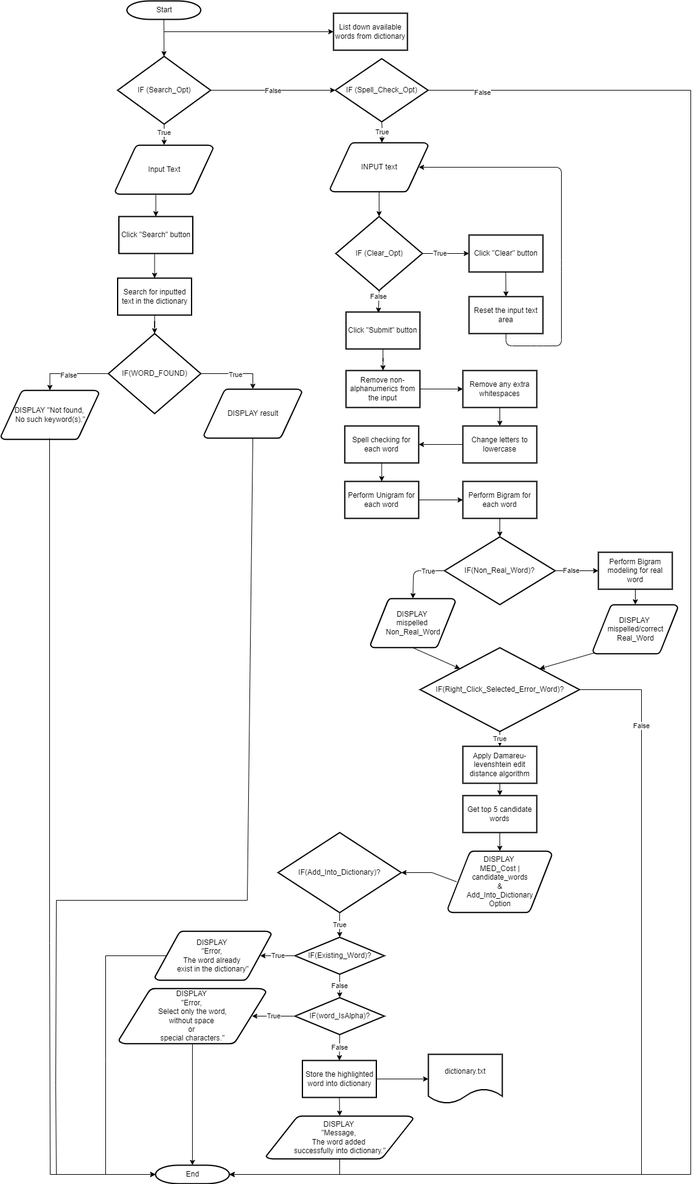
Before: flowchart.drawio.png, a diagram exported from draw.io (itsMaadh/spell-corrector). Source tidied: cells renumbered, new cells last; positions are measured from the earlier drawing's top-left corner, leaving out a move shared by most shapes.
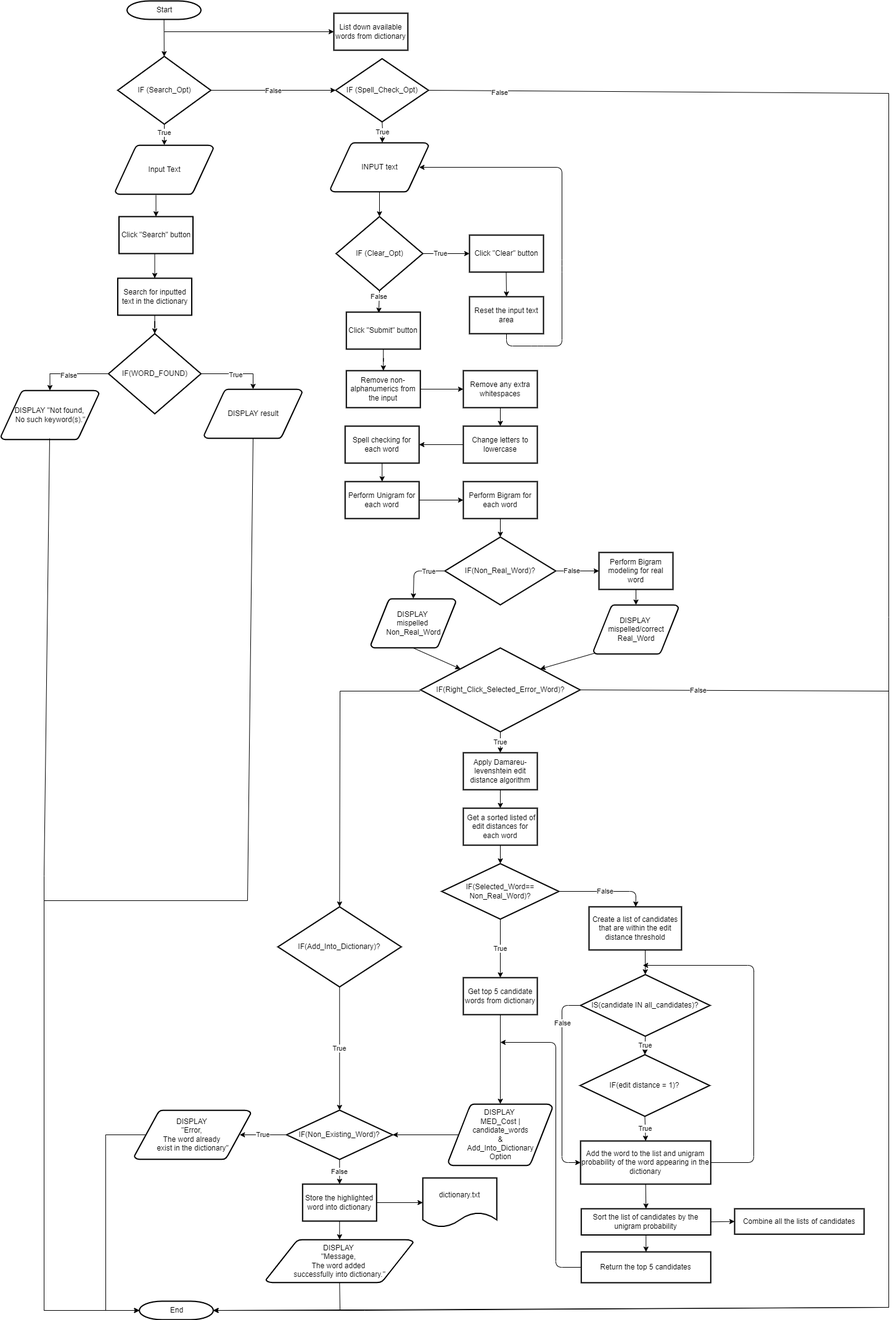
After the commit.

The edit, as a diff of the source:
```diff
@@ -234,101 +234,79 @@
       <mxGeometry relative="1" as="geometry" />
     </mxCell>
     <mxCell id="63" value="DISPLAY&amp;nbsp;&lt;br&gt;MED_Cost |&lt;br&gt;candidate_words&lt;br&gt;&amp;amp;&lt;br&gt;Add_Into_Dictionary&lt;br&gt;Option" style="shape=mxgraph.flowchart.data;strokeWidth=2;gradientColor=none;gradientDirection=north;fontStyle=0;html=1;" parent="1" vertex="1">
-      <mxGeometry x="725.5" y="1380" width="168.9" height="100" as="geometry" />
+      <mxGeometry x="725.6" y="1790" width="168.9" height="100" as="geometry" />
     </mxCell>
     <mxCell id="64" value="Apply Damareu-levenshtein edit distance algorithm" style="rounded=0;whiteSpace=wrap;html=1;strokeWidth=2;" parent="1" vertex="1">
-      <mxGeometry x="750" y="1210" width="120" height="60" as="geometry" />
+      <mxGeometry x="750" y="1220" width="120" height="60" as="geometry" />
     </mxCell>
     <mxCell id="65" value="&lt;span style=&quot;font-weight: normal;&quot;&gt;True&lt;/span&gt;" style="fontStyle=1;strokeColor=#000000;strokeWidth=1;html=1;exitX=0.5;exitY=1;exitDx=0;exitDy=0;entryX=0.5;entryY=0;entryDx=0;entryDy=0;" parent="1" edge="1" source="60" target="64">
       <mxGeometry relative="1" as="geometry" />
     </mxCell>
-    <mxCell id="66" value="Get top 5 candidate words" style="rounded=0;whiteSpace=wrap;html=1;strokeWidth=2;" parent="1" vertex="1">
-      <mxGeometry x="750" y="1290" width="120" height="60" as="geometry" />
+    <mxCell id="66" value="Get top 5 candidate words from&amp;nbsp;dictionary" style="rounded=0;whiteSpace=wrap;html=1;strokeWidth=2;" parent="1" vertex="1">
+      <mxGeometry x="750" y="1585" width="120" height="60" as="geometry" />
     </mxCell>
-    <mxCell id="67" style="fontStyle=1;strokeColor=#000000;strokeWidth=1;html=1;exitX=0.5;exitY=1;exitDx=0;exitDy=0;" parent="1" edge="1" source="64" target="66">
+    <mxCell id="67" style="fontStyle=1;strokeColor=#000000;strokeWidth=1;html=1;exitX=0.5;exitY=1;exitDx=0;exitDy=0;entryX=0.5;entryY=0;entryDx=0;entryDy=0;" parent="1" edge="1" source="64" target="95">
       <mxGeometry relative="1" as="geometry" />
     </mxCell>
     <mxCell id="68" style="fontStyle=1;strokeColor=#000000;strokeWidth=1;html=1;exitX=0.5;exitY=1;exitDx=0;exitDy=0;" parent="1" edge="1" source="66" target="63">
       <mxGeometry relative="1" as="geometry" />
     </mxCell>
     <mxCell id="69" value="IF(Add_Into_Dictionary)?" style="rhombus;whiteSpace=wrap;html=1;strokeWidth=2;" parent="1" vertex="1">
-      <mxGeometry x="450" y="1350" width="200" height="130" as="geometry" />
+      <mxGeometry x="449.3" y="1470" width="200" height="130" as="geometry" />
     </mxCell>
-    <mxCell id="70" style="endArrow=classic;html=1;rounded=0;strokeColor=#000000;entryX=1;entryY=0.5;entryDx=0;entryDy=0;" parent="1" edge="1" target="69">
+    <mxCell id="70" style="endArrow=classic;html=1;rounded=0;strokeColor=#000000;entryX=0.5;entryY=0;entryDx=0;entryDy=0;" parent="1" edge="1" target="69">
       <mxGeometry relative="1" as="geometry">
-        <mxPoint x="740" y="1430" as="sourcePoint" />
+        <mxPoint x="680" y="1120" as="sourcePoint" />
         <Array as="points">
-          <mxPoint x="700" y="1415" />
+          <mxPoint x="550" y="1120" />
         </Array>
       </mxGeometry>
     </mxCell>
-    <mxCell id="71" value="True" style="endArrow=classic;html=1;rounded=0;strokeColor=#000000;exitX=0.5;exitY=1;exitDx=0;exitDy=0;" parent="1" edge="1" source="69">
-      <mxGeometry relative="1" as="geometry">
-        <mxPoint x="550" y="1520" as="targetPoint" />
-      </mxGeometry>
+    <mxCell id="71" value="True" style="endArrow=classic;html=1;rounded=0;strokeColor=#000000;exitX=0.5;exitY=1;exitDx=0;exitDy=0;entryX=0.5;entryY=0;entryDx=0;entryDy=0;" parent="1" edge="1" source="69" target="75">
+      <mxGeometry relative="1" as="geometry" />
     </mxCell>
-    <mxCell id="72" value="DISPLAY&amp;nbsp;&lt;br&gt;&quot;Error, &lt;br&gt;Select only the word,&lt;br&gt;without space &lt;br&gt;or &lt;br&gt;special characters.&quot;" style="shape=mxgraph.flowchart.data;strokeWidth=2;gradientColor=none;gradientDirection=north;fontStyle=0;html=1;" parent="1" vertex="1">
-      <mxGeometry x="191.5" y="1603" width="238.9" height="90" as="geometry" />
-    </mxCell>
     <mxCell id="73" style="edgeStyle=orthogonalEdgeStyle;rounded=0;jettySize=auto;html=1;exitX=1;exitY=0.5;exitDx=0;exitDy=0;entryX=0;entryY=0.5;entryDx=0;entryDy=0;strokeColor=#000000;" parent="1" edge="1" source="74" target="82">
       <mxGeometry relative="1" as="geometry" />
     </mxCell>
     <mxCell id="74" value="Store the highlighted word into dictionary" style="rounded=0;whiteSpace=wrap;html=1;strokeWidth=2;" parent="1" vertex="1">
-      <mxGeometry x="489.5" y="1720" width="120" height="60" as="geometry" />
+      <mxGeometry x="489.3" y="1920" width="120" height="60" as="geometry" />
     </mxCell>
-    <mxCell id="75" value="IF(Existing_Word)?" style="rhombus;whiteSpace=wrap;html=1;strokeWidth=2;" parent="1" vertex="1">
-      <mxGeometry x="477.5" y="1520" width="145" height="60" as="geometry" />
+    <mxCell id="75" value="IF(Non_Existing_Word)?" style="rhombus;whiteSpace=wrap;html=1;strokeWidth=2;" parent="1" vertex="1">
+      <mxGeometry x="463.3" y="1800" width="172" height="80" as="geometry" />
     </mxCell>
     <mxCell id="76" value="DISPLAY&amp;nbsp;&lt;br&gt;&quot;Error, &lt;br&gt;The word already &lt;br&gt;exist in the dictionary&quot;" style="shape=mxgraph.flowchart.data;strokeWidth=2;gradientColor=none;gradientDirection=north;fontStyle=0;html=1;" parent="1" vertex="1">
-      <mxGeometry x="250" y="1510" width="188.9" height="80" as="geometry" />
+      <mxGeometry x="216.4" y="1800" width="188.9" height="80" as="geometry" />
     </mxCell>
     <mxCell id="77" value="True" style="endArrow=classic;html=1;rounded=0;strokeColor=#000000;entryX=0.905;entryY=0.5;entryDx=0;entryDy=0;exitX=0;exitY=0.5;exitDx=0;exitDy=0;entryPerimeter=0;" parent="1" edge="1" source="75" target="76">
-      <mxGeometry relative="1" as="geometry">
-        <Array as="points">
-          <mxPoint x="450" y="1550" />
-        </Array>
-      </mxGeometry>
+      <mxGeometry relative="1" as="geometry" />
     </mxCell>
-    <mxCell id="78" value="IF(word_IsAlpha)?" style="rhombus;whiteSpace=wrap;html=1;strokeWidth=2;" parent="1" vertex="1">
-      <mxGeometry x="477.5" y="1618" width="145" height="60" as="geometry" />
-    </mxCell>
-    <mxCell id="79" value="False" style="endArrow=classic;html=1;rounded=0;strokeColor=#000000;exitX=0.5;exitY=1;exitDx=0;exitDy=0;" parent="1" edge="1" source="75" target="78">
+    <mxCell id="79" value="False" style="endArrow=classic;html=1;rounded=0;strokeColor=#000000;exitX=0.5;exitY=1;exitDx=0;exitDy=0;entryX=0.5;entryY=0;entryDx=0;entryDy=0;" parent="1" edge="1" source="75" target="74">
       <mxGeometry relative="1" as="geometry" />
     </mxCell>
-    <mxCell id="80" value="True" style="endArrow=classic;html=1;rounded=0;strokeColor=#000000;exitX=0;exitY=0.5;exitDx=0;exitDy=0;entryX=0.905;entryY=0.5;entryDx=0;entryDy=0;entryPerimeter=0;" parent="1" edge="1" source="78" target="72">
-      <mxGeometry relative="1" as="geometry" />
-    </mxCell>
-    <mxCell id="81" value="False" style="endArrow=classic;html=1;rounded=0;strokeColor=#000000;exitX=0.5;exitY=1;exitDx=0;exitDy=0;entryX=0.5;entryY=0;entryDx=0;entryDy=0;" parent="1" edge="1" source="78" target="74">
-      <mxGeometry relative="1" as="geometry" />
-    </mxCell>
     <mxCell id="82" value="dictionary.txt" style="shape=document;whiteSpace=wrap;html=1;boundedLbl=1;strokeWidth=2;" parent="1" vertex="1">
-      <mxGeometry x="694" y="1710" width="120" height="80" as="geometry" />
+      <mxGeometry x="684.3" y="1910" width="120" height="80" as="geometry" />
     </mxCell>
     <mxCell id="83" style="endArrow=classic;html=1;rounded=0;strokeColor=#000000;exitX=0.5;exitY=1;exitDx=0;exitDy=0;entryX=0.5;entryY=0;entryDx=0;entryDy=0;entryPerimeter=0;" parent="1" edge="1" source="74" target="84">
       <mxGeometry relative="1" as="geometry" />
     </mxCell>
     <mxCell id="84" value="DISPLAY&amp;nbsp;&lt;br&gt;&quot;Message, &lt;br&gt;The word added &lt;br&gt;successfully into dictionary.&quot;" style="shape=mxgraph.flowchart.data;strokeWidth=2;gradientColor=none;gradientDirection=north;fontStyle=0;html=1;" parent="1" vertex="1">
-      <mxGeometry x="430.6" y="1810" width="238.9" height="70" as="geometry" />
+      <mxGeometry x="429.8" y="2010" width="238.9" height="70" as="geometry" />
     </mxCell>
     <mxCell id="85" value="End" style="shape=mxgraph.flowchart.terminator;strokeWidth=2;gradientColor=none;gradientDirection=north;fontStyle=0;html=1;" parent="1" vertex="1">
-      <mxGeometry x="250.9" y="1890" width="120" height="30" as="geometry" />
+      <mxGeometry x="224.5" y="2110" width="120" height="30" as="geometry" />
     </mxCell>
     <mxCell id="86" style="endArrow=classic;html=1;rounded=0;strokeColor=#000000;entryX=1;entryY=0.5;entryDx=0;entryDy=0;entryPerimeter=0;exitX=0.5;exitY=1;exitDx=0;exitDy=0;exitPerimeter=0;" parent="1" edge="1" source="84" target="85">
       <mxGeometry relative="1" as="geometry">
         <Array as="points">
-          <mxPoint x="550" y="1905" />
+          <mxPoint x="550" y="2125" />
         </Array>
       </mxGeometry>
     </mxCell>
-    <mxCell id="87" style="endArrow=classic;html=1;rounded=0;strokeColor=#000000;exitX=0.5;exitY=1;exitDx=0;exitDy=0;exitPerimeter=0;entryX=0.5;entryY=0;entryDx=0;entryDy=0;entryPerimeter=0;" parent="1" edge="1" source="72" target="85">
-      <mxGeometry relative="1" as="geometry" />
-    </mxCell>
     <mxCell id="88" style="endArrow=classic;html=1;rounded=0;strokeColor=#000000;entryX=0;entryY=0.5;entryDx=0;entryDy=0;entryPerimeter=0;exitX=0.095;exitY=0.5;exitDx=0;exitDy=0;exitPerimeter=0;" parent="1" edge="1" source="76" target="85">
       <mxGeometry relative="1" as="geometry">
         <Array as="points">
-          <mxPoint x="170" y="1550" />
-          <mxPoint x="170" y="1720" />
-          <mxPoint x="170" y="1905" />
+          <mxPoint x="169.9" y="1840" />
+          <mxPoint x="170" y="2125" />
         </Array>
       </mxGeometry>
     </mxCell>
@@ -336,42 +314,149 @@
       <mxGeometry relative="1" as="geometry">
         <mxPoint x="79" y="710" as="sourcePoint" />
         <Array as="points">
-          <mxPoint x="79" y="1530" />
-          <mxPoint x="80" y="1905" />
+          <mxPoint x="70" y="1420" />
+          <mxPoint x="70" y="2125" />
         </Array>
       </mxGeometry>
     </mxCell>
     <mxCell id="90" style="endArrow=classic;html=1;rounded=0;strokeColor=#000000;exitX=1;exitY=0.5;exitDx=0;exitDy=0;entryX=1;entryY=0.5;entryDx=0;entryDy=0;entryPerimeter=0;" parent="1" edge="1" source="60" target="85">
       <mxGeometry relative="1" as="geometry">
         <Array as="points">
-          <mxPoint x="1040" y="1118" />
-          <mxPoint x="1040" y="1905" />
+          <mxPoint x="1440" y="1120" />
+          <mxPoint x="1440" y="1560" />
+          <mxPoint x="1440" y="2120" />
         </Array>
       </mxGeometry>
     </mxCell>
     <mxCell id="91" value="False" style="edgeLabel;html=1;align=center;verticalAlign=middle;" parent="90" vertex="1">
-      <mxGeometry x="-0.8" y="-1" relative="1" as="geometry" />
+      <mxGeometry x="-0.8" y="-1" relative="1" as="geometry">
+        <mxPoint x="-73" y="-2" as="offset" />
+      </mxGeometry>
     </mxCell>
     <mxCell id="92" style="endArrow=classic;html=1;rounded=0;strokeColor=#000000;exitX=0.5;exitY=1;exitDx=0;exitDy=0;exitPerimeter=0;entryX=0;entryY=0.5;entryDx=0;entryDy=0;entryPerimeter=0;" parent="1" edge="1" source="19" target="85">
       <mxGeometry relative="1" as="geometry">
         <Array as="points">
           <mxPoint x="400" y="1460" />
-          <mxPoint x="90" y="1460" />
-          <mxPoint x="89" y="1760" />
-          <mxPoint x="90" y="1905" />
+          <mxPoint x="70" y="1460" />
+          <mxPoint x="70" y="2125" />
         </Array>
       </mxGeometry>
     </mxCell>
     <mxCell id="93" style="endArrow=classic;html=1;rounded=0;strokeColor=#000000;exitX=1;exitY=0.5;exitDx=0;exitDy=0;entryX=1;entryY=0.5;entryDx=0;entryDy=0;entryPerimeter=0;" parent="1" edge="1" source="27" target="85">
       <mxGeometry relative="1" as="geometry">
         <Array as="points">
-          <mxPoint x="1120" y="145" />
-          <mxPoint x="1120" y="1905" />
+          <mxPoint x="1440" y="150" />
+          <mxPoint x="1440" y="1000" />
+          <mxPoint x="1440" y="1540" />
+          <mxPoint x="1440" y="2120" />
+          <mxPoint x="590" y="2125" />
         </Array>
       </mxGeometry>
     </mxCell>
     <mxCell id="94" value="False" style="edgeLabel;html=1;align=center;verticalAlign=middle;" parent="93" vertex="1">
       <mxGeometry x="-0.94" y="-3" relative="1" as="geometry" />
     </mxCell>
+    <mxCell id="95" value="&amp;nbsp;Get a sorted listed of edit distances for each word" style="rounded=0;whiteSpace=wrap;html=1;strokeWidth=2;" parent="1" vertex="1">
+      <mxGeometry x="750" y="1310" width="120" height="60" as="geometry" />
+    </mxCell>
+    <mxCell id="96" style="fontStyle=1;strokeColor=#000000;strokeWidth=1;html=1;" parent="1" edge="1" target="97">
+      <mxGeometry relative="1" as="geometry">
+        <mxPoint x="810" y="1370" as="sourcePoint" />
+      </mxGeometry>
+    </mxCell>
+    <mxCell id="97" value="IF(Selected_Word==&lt;br&gt;Non_Real_Word)?" style="rhombus;whiteSpace=wrap;html=1;strokeWidth=2;" parent="1" vertex="1">
+      <mxGeometry x="715" y="1400" width="190" height="90" as="geometry" />
+    </mxCell>
+    <mxCell id="98" value="&lt;span style=&quot;font-weight: normal;&quot;&gt;True&lt;/span&gt;" style="fontStyle=1;strokeColor=#000000;strokeWidth=1;html=1;exitX=0.5;exitY=1;exitDx=0;exitDy=0;" parent="1" edge="1" source="97" target="66">
+      <mxGeometry relative="1" as="geometry" />
+    </mxCell>
+    <mxCell id="99" style="fontStyle=1;strokeColor=#000000;strokeWidth=1;html=1;exitX=0.095;exitY=0.5;exitDx=0;exitDy=0;entryX=1;entryY=0.5;entryDx=0;entryDy=0;exitPerimeter=0;" parent="1" edge="1" source="63" target="75">
+      <mxGeometry relative="1" as="geometry" />
+    </mxCell>
+    <mxCell id="100" value="&lt;div&gt;Add the word to the list&amp;nbsp;&lt;span style=&quot;background-color: initial;&quot;&gt;and unigram probability of the word appearing&lt;/span&gt;&lt;span style=&quot;background-color: initial;&quot;&gt;&amp;nbsp;in the dictionary&lt;/span&gt;&lt;/div&gt;" style="rounded=0;whiteSpace=wrap;html=1;strokeWidth=2;" parent="1" vertex="1">
+      <mxGeometry x="940.1" y="1850" width="211.1" height="70" as="geometry" />
+    </mxCell>
+    <mxCell id="101" value="Sort the list of candidates by the unigram probability" style="rounded=0;whiteSpace=wrap;html=1;strokeWidth=2;" parent="1" vertex="1">
+      <mxGeometry x="941.3" y="1960" width="210" height="42.5" as="geometry" />
+    </mxCell>
+    <mxCell id="102" value="Combine all the lists of candidates" style="rounded=0;whiteSpace=wrap;html=1;strokeWidth=2;" parent="1" vertex="1">
+      <mxGeometry x="1190" y="1960" width="210" height="41.2" as="geometry" />
+    </mxCell>
+    <mxCell id="103" value="&lt;span style=&quot;font-weight: normal;&quot;&gt;False&lt;/span&gt;" style="fontStyle=1;strokeColor=#000000;strokeWidth=1;html=1;exitX=1;exitY=0.5;exitDx=0;exitDy=0;" parent="1" edge="1" source="97" target="106">
+      <mxGeometry relative="1" as="geometry">
+        <Array as="points">
+          <mxPoint x="1030" y="1445" />
+        </Array>
+      </mxGeometry>
+    </mxCell>
+    <mxCell id="104" style="fontStyle=1;strokeColor=#000000;strokeWidth=1;html=1;startArrow=none;exitX=0.5;exitY=1;exitDx=0;exitDy=0;entryX=0.5;entryY=0;entryDx=0;entryDy=0;" parent="1" edge="1" target="107">
+      <mxGeometry relative="1" as="geometry">
+        <mxPoint x="1045" y="1540" as="sourcePoint" />
+      </mxGeometry>
+    </mxCell>
+    <mxCell id="105" style="edgeStyle=orthogonalEdgeStyle;rounded=0;orthogonalLoop=1;jettySize=auto;html=1;startArrow=none;entryX=0.5;entryY=0;entryDx=0;entryDy=0;" parent="1" edge="1" source="108" target="108">
+      <mxGeometry relative="1" as="geometry">
+        <Array as="points">
+          <mxPoint x="1101.1" y="1790" />
+          <mxPoint x="1101.1" y="1740" />
+        </Array>
+      </mxGeometry>
+    </mxCell>
+    <mxCell id="106" value="Create a list of candidates that are within the edit distance threshold" style="rounded=0;whiteSpace=wrap;html=1;strokeWidth=2;" parent="1" vertex="1">
+      <mxGeometry x="953.9" y="1470" width="150" height="70" as="geometry" />
+    </mxCell>
+    <mxCell id="107" value="IS(candidate IN all_candidates)?" style="rhombus;whiteSpace=wrap;html=1;strokeWidth=2;" parent="1" vertex="1">
+      <mxGeometry x="940.1" y="1580" width="210" height="100" as="geometry" />
+    </mxCell>
+    <mxCell id="108" value="IF(edit distance = 1)?" style="rhombus;whiteSpace=wrap;html=1;strokeWidth=2;" parent="1" vertex="1">
+      <mxGeometry x="939.4" y="1710" width="210" height="100" as="geometry" />
+    </mxCell>
+    <mxCell id="109" value="True" style="fontStyle=0;strokeColor=#000000;strokeWidth=1;html=1;startArrow=none;exitX=0.5;exitY=1;exitDx=0;exitDy=0;entryX=0.5;entryY=0;entryDx=0;entryDy=0;" parent="1" edge="1" source="107" target="108">
+      <mxGeometry relative="1" as="geometry" />
+    </mxCell>
+    <mxCell id="110" value="&lt;span style=&quot;font-weight: normal;&quot;&gt;True&lt;/span&gt;" style="fontStyle=1;strokeColor=#000000;strokeWidth=1;html=1;startArrow=none;entryX=0.5;entryY=0;entryDx=0;entryDy=0;exitX=0.5;exitY=1;exitDx=0;exitDy=0;" parent="1" edge="1" source="108" target="100">
+      <mxGeometry relative="1" as="geometry" />
+    </mxCell>
+    <mxCell id="111" style="fontStyle=1;strokeColor=#000000;strokeWidth=1;html=1;startArrow=none;exitX=1;exitY=0.5;exitDx=0;exitDy=0;" parent="1" edge="1" source="100">
+      <mxGeometry relative="1" as="geometry">
+        <mxPoint x="1041.1" y="1565" as="targetPoint" />
+        <Array as="points">
+          <mxPoint x="1221" y="1885" />
+          <mxPoint x="1221.1" y="1565" />
+        </Array>
+      </mxGeometry>
+    </mxCell>
+    <mxCell id="112" style="fontStyle=1;strokeColor=#000000;strokeWidth=1;html=1;startArrow=none;entryX=0.5;entryY=0;entryDx=0;entryDy=0;exitX=0.5;exitY=1;exitDx=0;exitDy=0;" parent="1" edge="1" source="100" target="101">
+      <mxGeometry relative="1" as="geometry" />
+    </mxCell>
+    <mxCell id="113" value="Return the top 5 candidates" style="rounded=0;whiteSpace=wrap;html=1;strokeWidth=2;" parent="1" vertex="1">
+      <mxGeometry x="941.3" y="2030" width="210" height="50" as="geometry" />
+    </mxCell>
+    <mxCell id="114" style="fontStyle=1;strokeColor=#000000;strokeWidth=1;html=1;startArrow=none;entryX=0.5;entryY=0;entryDx=0;entryDy=0;exitX=0.5;exitY=1;exitDx=0;exitDy=0;" parent="1" edge="1" source="101" target="113">
+      <mxGeometry relative="1" as="geometry" />
+    </mxCell>
+    <mxCell id="115" style="fontStyle=1;strokeColor=#000000;strokeWidth=1;html=1;startArrow=none;entryX=0;entryY=0.5;entryDx=0;entryDy=0;exitX=1;exitY=0.5;exitDx=0;exitDy=0;" parent="1" edge="1" source="101" target="102">
+      <mxGeometry relative="1" as="geometry" />
+    </mxCell>
+    <mxCell id="116" style="fontStyle=1;strokeColor=#000000;strokeWidth=1;html=1;startArrow=none;exitX=0;exitY=0.5;exitDx=0;exitDy=0;" parent="1" edge="1" source="113">
+      <mxGeometry relative="1" as="geometry">
+        <mxPoint x="810" y="1690" as="targetPoint" />
+        <Array as="points">
+          <mxPoint x="900" y="2055" />
+          <mxPoint x="900" y="1690" />
+        </Array>
+      </mxGeometry>
+    </mxCell>
+    <mxCell id="117" style="fontStyle=1;strokeColor=#000000;strokeWidth=1;html=1;startArrow=none;entryX=0;entryY=0.5;entryDx=0;entryDy=0;exitX=0;exitY=0.5;exitDx=0;exitDy=0;" parent="1" edge="1" source="107" target="100">
+      <mxGeometry relative="1" as="geometry">
+        <Array as="points">
+          <mxPoint x="910" y="1630" />
+          <mxPoint x="910" y="1885" />
+        </Array>
+      </mxGeometry>
+    </mxCell>
+    <mxCell id="118" value="False" style="edgeLabel;html=1;align=center;verticalAlign=middle;" parent="117" vertex="1">
+      <mxGeometry x="-0.63" relative="1" as="geometry" />
+    </mxCell>
   </root>
 </mxGraphModel>
```
